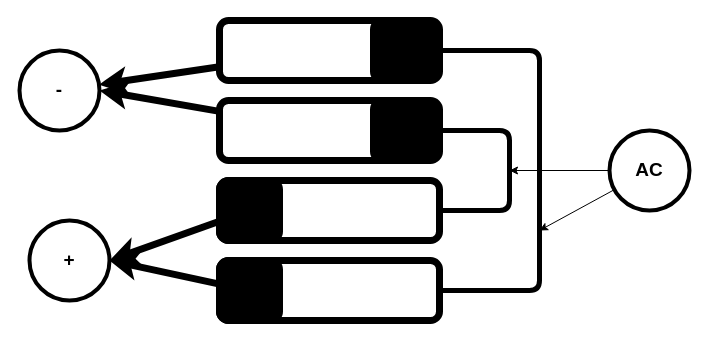
The draw.io diagram Roadmap/Tahap 1/inverter.drawio in syukrillah0108/oxi-hrd-25, before the edit. Source tidied: cells renumbered, new cells numbered last; positions are measured from the earlier drawing's top-left corner, leaving out a move shared by most shapes. Both pictures are drawn from the tidied source at 100%, with x=0, y=0 at pixel (19, 20).
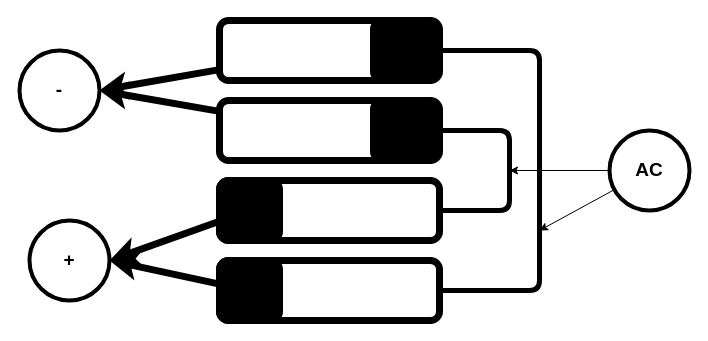
After the change.

Commit message (it also covers changes not shown here):
Refactor inverter.drawio: Adjust edge styles and geometry properties for improved layout and clarity

The change refers to these unchanged cells:
```xml
<mxCell id="3" style="rounded=1;whiteSpace=wrap;html=1;strokeWidth=7;" parent="1" vertex="1">
  <mxGeometry x="200" width="220" height="60" as="geometry" />
</mxCell>
<mxCell id="18" value="-" style="ellipse;whiteSpace=wrap;html=1;strokeWidth=4;fontStyle=1;fontSize=19;" parent="1" vertex="1">
  <mxGeometry y="30" width="80" height="80" as="geometry" />
</mxCell>
```

What changed in the source:
```diff
@@
-    <mxCell id="2" style="edgeStyle=none;html=1;strokeWidth=7;" parent="1" edge="1" source="3" target="18">
+    <mxCell id="2" style="edgeStyle=none;html=1;strokeWidth=7;entryX=1;entryY=0.5;entryDx=0;entryDy=0;" parent="1" edge="1" source="3" target="18">
       <mxGeometry relative="1" as="geometry" />
     </mxCell>
```
